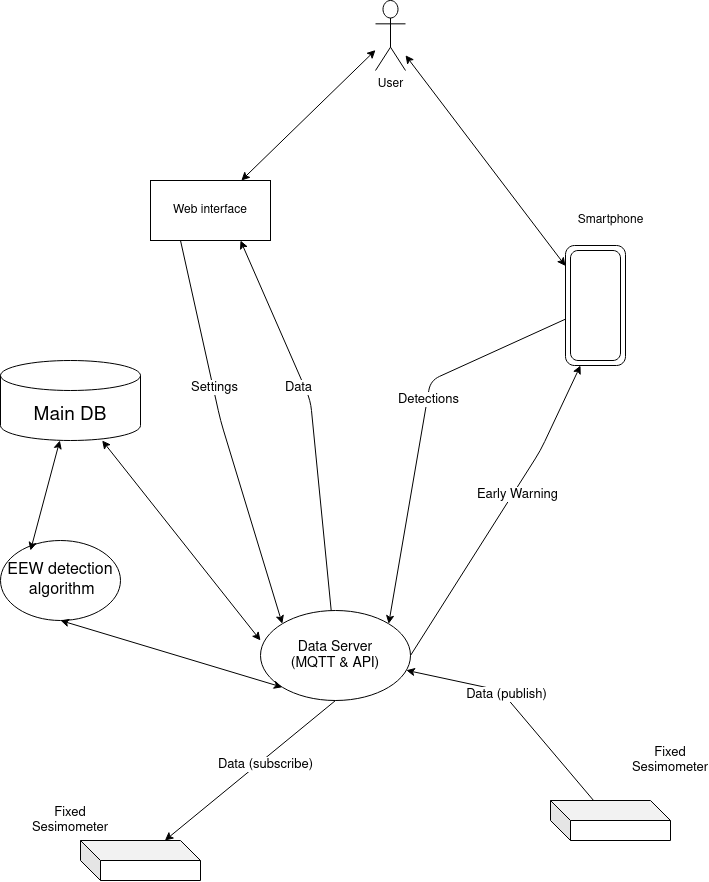
Before: Chapter-1/architettura-seismocloud.png, a diagram exported from draw.io (edoardottt/bachelor-degree-thesis). Source tidied: cells renumbered, new cells last; positions are measured from the earlier drawing's top-left corner, leaving out a move shared by most shapes.
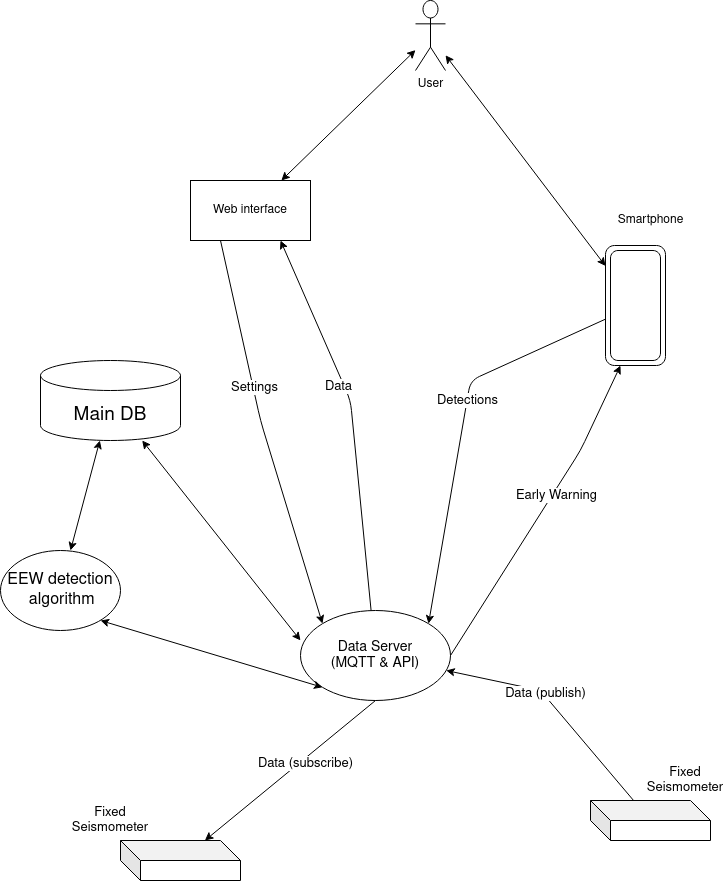
Later version of the same file.

Change to the diagram source:
```diff
@@ -29,11 +29,11 @@
     <mxCell id="10" value="&lt;div&gt;Smartphone&lt;/div&gt;" style="text;html=1;align=center;verticalAlign=middle;" parent="1" vertex="1">
       <mxGeometry x="580" y="210" width="80" height="20" as="geometry" />
     </mxCell>
-    <mxCell id="11" value="&lt;font style=&quot;font-size: 13px&quot;&gt;Fixed Sesimometer&lt;/font&gt;" style="text;html=1;strokeColor=none;fillColor=none;align=center;verticalAlign=middle;whiteSpace=wrap;rounded=0;" parent="1" vertex="1">
-      <mxGeometry x="660" y="750" width="40" height="20" as="geometry" />
+    <mxCell id="11" value="&lt;div&gt;&lt;font style=&quot;font-size: 13px&quot;&gt;Fixed Seismometer&lt;/font&gt;&lt;/div&gt;" style="text;html=1;strokeColor=none;fillColor=none;align=center;verticalAlign=middle;whiteSpace=wrap;rounded=0;" parent="1" vertex="1">
+      <mxGeometry x="635" y="770" width="40" height="20" as="geometry" />
     </mxCell>
     <mxCell id="12" value="&lt;div style=&quot;font-size: 16px&quot;&gt;&lt;font style=&quot;font-size: 16px&quot;&gt;EEW detection&lt;/font&gt;&lt;/div&gt;&amp;nbsp;&lt;font style=&quot;font-size: 16px&quot;&gt;algorithm&lt;/font&gt;" style="ellipse;whiteSpace=wrap;html=1;" parent="1" vertex="1">
-      <mxGeometry y="390" width="120" height="80" as="geometry" />
+      <mxGeometry x="-30" y="550" width="120" height="80" as="geometry" />
     </mxCell>
     <mxCell id="13" style="endArrow=classic;startArrow=classic;html=1;" parent="1" edge="1" target="2">
       <mxGeometry relative="1" as="geometry">
@@ -107,7 +107,7 @@
     <mxCell id="28" style="shape=cube;whiteSpace=wrap;html=1;boundedLbl=1;backgroundOutline=1;darkOpacity=0.05;darkOpacity2=0.1;" parent="1" vertex="1">
       <mxGeometry x="90" y="840" width="120" height="40" as="geometry" />
     </mxCell>
-    <mxCell id="29" value="&lt;font style=&quot;font-size: 13px&quot;&gt;Fixed Sesimometer&lt;/font&gt;" style="text;html=1;strokeColor=none;fillColor=none;align=center;verticalAlign=middle;whiteSpace=wrap;rounded=0;" parent="1" vertex="1">
+    <mxCell id="29" value="&lt;div&gt;&lt;font style=&quot;font-size: 13px&quot;&gt;Fixed Seismometer&lt;/font&gt;&lt;/div&gt;" style="text;html=1;strokeColor=none;fillColor=none;align=center;verticalAlign=middle;whiteSpace=wrap;rounded=0;" parent="1" vertex="1">
       <mxGeometry x="60" y="810" width="40" height="20" as="geometry" />
     </mxCell>
     <mxCell id="30" style="endArrow=classic;html=1;exitX=0.5;exitY=1;exitDx=0;exitDy=0;" parent="1" edge="1" source="14" target="28">
```
